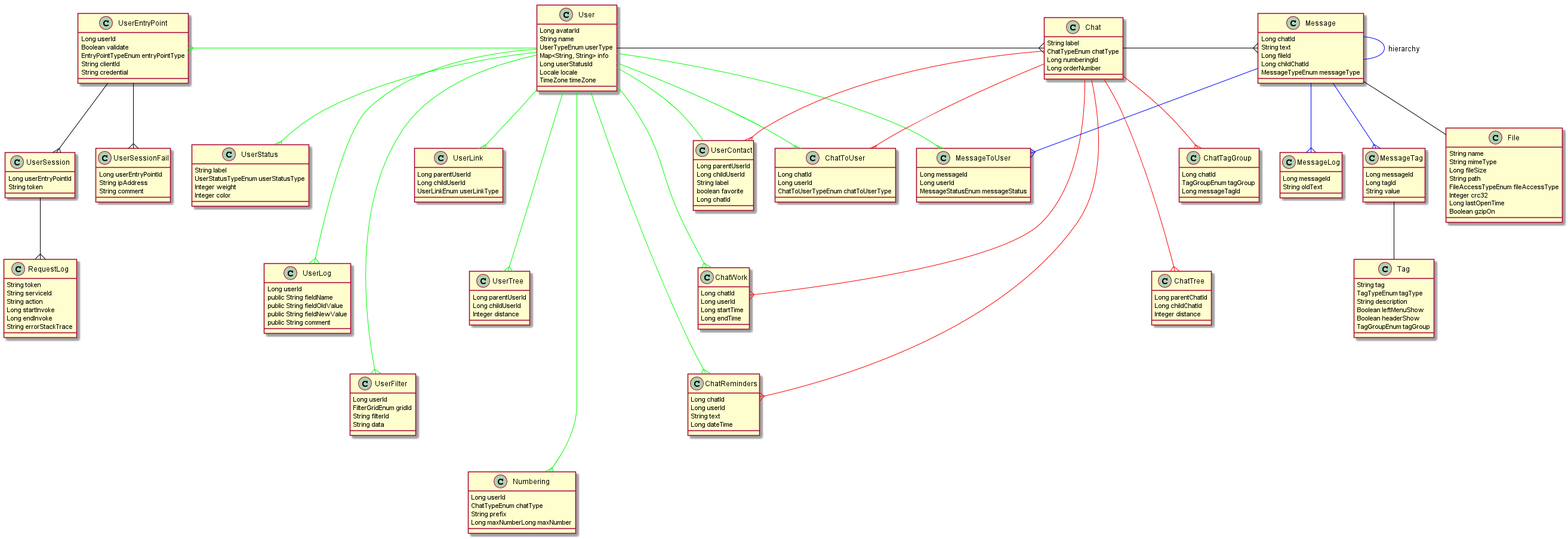
Above: readme/database_schema.png in a-polyakov/com.zemrow.messenger (PlantUML), before the change.
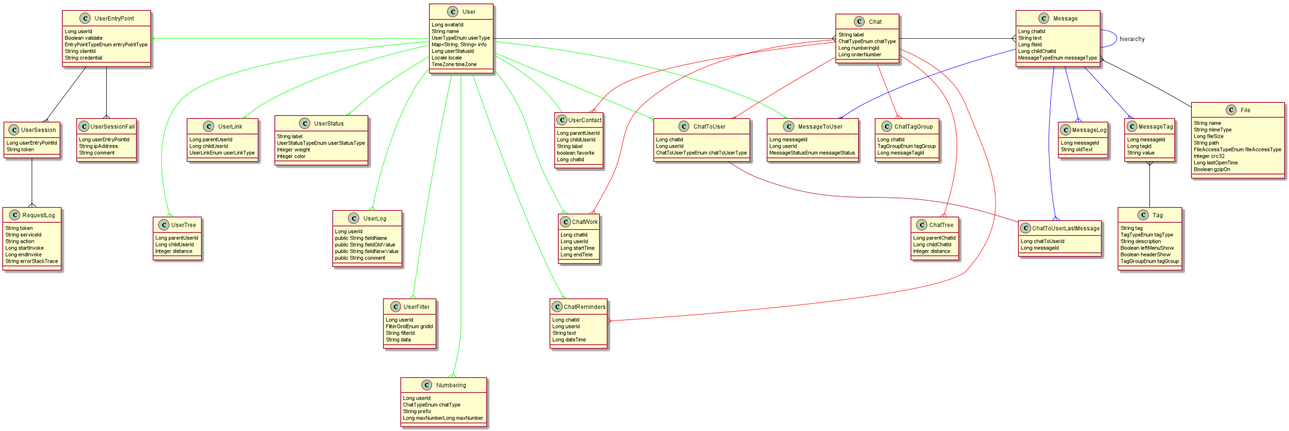
The same diagram one commit later.

What changed in the source:
```diff
@@ -95,6 +95,10 @@
         Long userId
         ChatToUserTypeEnum chatToUserType
     }
+    class ChatToUserLastMessage{
+        Long chatToUserId
+        Long messageId
+    }
     class ChatTree{
         Long parentChatId
         Long childChatId
@@ -176,9 +180,10 @@
 Message -[#0000FF]-{ MessageToUser
 Message -[#0000FF]-{ MessageLog
 Message -[#0000FF]-{ MessageTag
-Message -[#000000]- File
+Message -[#0000FF]-{ ChatToUserLastMessage
+Message }-[#000000]- File
 
-MessageTag -[#000000]- Tag
+MessageTag }-[#000000]- Tag
 UserEntryPoint -[#000000]down-{ UserSession
 UserSession -[#000000]down-{ RequestLog
 UserEntryPoint -[#000000]-{ UserSessionFail
@@ -190,5 +195,6 @@
 UserContact -[hidden]down- ChatWork
 ChatWork -[hidden]down- ChatReminders
 ChatTagGroup -[hidden]down- ChatTree
+ChatToUser -down- ChatToUserLastMessage
 
 @enduml
```
